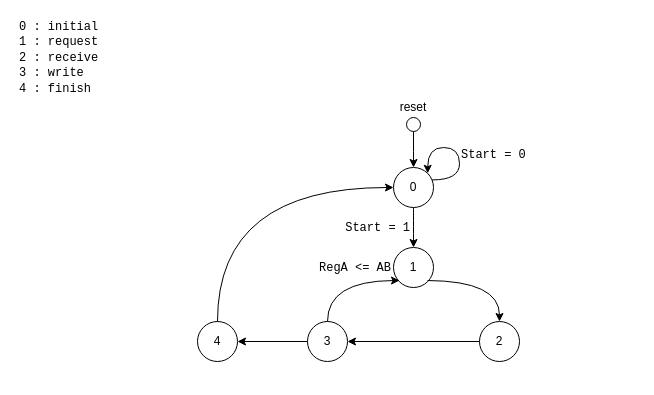
Earlier version of the draw.io diagram assignment_2/Diagrams.drawio (Thommimp/02203_Design_of_Digital_Systems). Source tidied: cells renumbered, new cells numbered last; positions are measured from the earlier drawing's top-left corner, leaving out a move shared by most shapes. Both pictures are drawn from the tidied source at 100%, with x=0, y=0 at pixel (17, 17).
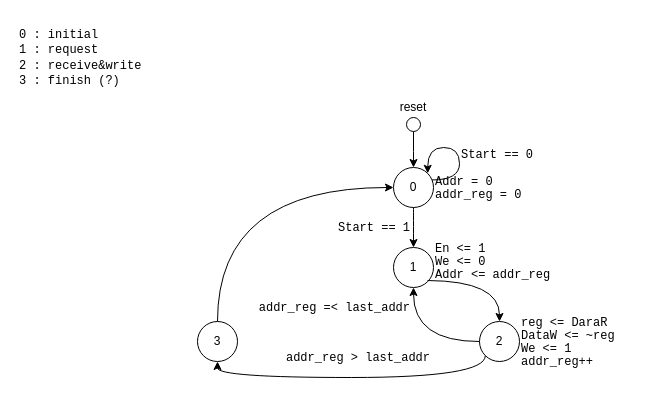
Above is the later version.

Unchanged cells that the change refers to:
```xml
<mxCell id="6" value="1" style="strokeWidth=1;html=1;shape=mxgraph.flowchart.start_2;whiteSpace=wrap;" parent="1" vertex="1">
  <mxGeometry x="376" y="230" width="40" height="40" as="geometry" />
</mxCell>
<mxCell id="15" value="2" style="strokeWidth=1;html=1;shape=mxgraph.flowchart.start_2;whiteSpace=wrap;" parent="1" vertex="1">
  <mxGeometry x="462" y="304" width="40" height="40" as="geometry" />
</mxCell>
```

Change to the diagram source:
```diff
@@
-    <mxCell id="2" value="&lt;font face=&quot;Courier New&quot;&gt;Start = 1&lt;/font&gt;" style="text;html=1;whiteSpace=wrap;strokeColor=none;fillColor=none;align=right;verticalAlign=middle;rounded=0;" parent="1" vertex="1">
-      <mxGeometry x="327" y="190" width="68" height="40" as="geometry" />
+    <mxCell id="2" value="&lt;font face=&quot;Courier New&quot;&gt;Start == 1&lt;/font&gt;" style="text;html=1;whiteSpace=wrap;strokeColor=none;fillColor=none;align=right;verticalAlign=middle;rounded=0;" parent="1" vertex="1">
+      <mxGeometry x="320" y="190" width="75" height="40" as="geometry" />
     </mxCell>
@@
-    <mxCell id="5" value="&lt;font face=&quot;Courier New&quot;&gt;Start = 0&lt;/font&gt;" style="text;html=1;whiteSpace=wrap;strokeColor=none;fillColor=none;align=left;verticalAlign=middle;rounded=0;" parent="1" vertex="1">
-      <mxGeometry x="442" y="130" width="68" height="14" as="geometry" />
+    <mxCell id="5" value="&lt;font face=&quot;Courier New&quot;&gt;Start == 0&lt;/font&gt;" style="text;html=1;whiteSpace=wrap;strokeColor=none;fillColor=none;align=left;verticalAlign=middle;rounded=0;" parent="1" vertex="1">
+      <mxGeometry x="442" y="130" width="75" height="14" as="geometry" />
     </mxCell>
@@
-    <mxCell id="11" value="&lt;span style=&quot;font-family: &amp;quot;Courier New&amp;quot;;&quot;&gt;RegA &amp;lt;= AB&lt;/span&gt;" style="text;html=1;whiteSpace=wrap;strokeColor=none;fillColor=none;align=right;verticalAlign=middle;rounded=0;" parent="1" vertex="1">
-      <mxGeometry x="290" y="243" width="86" height="14" as="geometry" />
+    <mxCell id="11" value="&lt;div style=&quot;line-height: 100%;&quot;&gt;&lt;span style=&quot;font-family: &amp;quot;Courier New&amp;quot;; background-color: transparent; color: light-dark(rgb(0, 0, 0), rgb(255, 255, 255));&quot;&gt;En &amp;lt;= 1&lt;/span&gt;&lt;/div&gt;&lt;div style=&quot;line-height: 100%;&quot;&gt;&lt;div&gt;&lt;font face=&quot;Courier New&quot;&gt;We &amp;lt;= 0&lt;/font&gt;&lt;/div&gt;&lt;div&gt;&lt;font face=&quot;Courier New&quot;&gt;Addr &amp;lt;= addr_reg&lt;/font&gt;&lt;/div&gt;&lt;/div&gt;" style="text;html=1;whiteSpace=wrap;strokeColor=none;fillColor=none;align=left;verticalAlign=middle;rounded=0;" parent="1" vertex="1">
+      <mxGeometry x="416" y="230" width="124" height="28" as="geometry" />
     </mxCell>
-    <mxCell id="12" value="&lt;span style=&quot;font-family: &amp;quot;Courier New&amp;quot;;&quot;&gt;0 : initial&lt;/span&gt;&lt;div&gt;&lt;span style=&quot;font-family: &amp;quot;Courier New&amp;quot;;&quot;&gt;1 : request&lt;/span&gt;&lt;/div&gt;&lt;div&gt;&lt;span style=&quot;font-family: &amp;quot;Courier New&amp;quot;;&quot;&gt;2 : receive&lt;/span&gt;&lt;/div&gt;&lt;div&gt;&lt;span style=&quot;font-family: &amp;quot;Courier New&amp;quot;;&quot;&gt;3 : write&lt;/span&gt;&lt;/div&gt;&lt;div&gt;&lt;span style=&quot;font-family: &amp;quot;Courier New&amp;quot;;&quot;&gt;4 : finish&lt;/span&gt;&lt;/div&gt;" style="text;html=1;whiteSpace=wrap;strokeColor=none;fillColor=none;align=left;verticalAlign=middle;rounded=0;" parent="1" vertex="1">
-      <mxGeometry width="86" height="80" as="geometry" />
+    <mxCell id="12" value="&lt;span style=&quot;font-family: &amp;quot;Courier New&amp;quot;;&quot;&gt;0 : initial&lt;/span&gt;&lt;div&gt;&lt;span style=&quot;font-family: &amp;quot;Courier New&amp;quot;;&quot;&gt;1 : request&lt;/span&gt;&lt;/div&gt;&lt;div&gt;&lt;span style=&quot;font-family: &amp;quot;Courier New&amp;quot;;&quot;&gt;2 : receive&amp;amp;write&lt;/span&gt;&lt;/div&gt;&lt;div&gt;&lt;span style=&quot;font-family: &amp;quot;Courier New&amp;quot;;&quot;&gt;3 : finish (?)&lt;/span&gt;&lt;/div&gt;" style="text;html=1;whiteSpace=wrap;strokeColor=none;fillColor=none;align=left;verticalAlign=middle;rounded=0;" parent="1" vertex="1">
+      <mxGeometry width="155" height="80" as="geometry" />
     </mxCell>
@@
-    <mxCell id="14" value="3" style="strokeWidth=1;html=1;shape=mxgraph.flowchart.start_2;whiteSpace=wrap;" parent="1" vertex="1">
-      <mxGeometry x="290" y="304" width="40" height="40" as="geometry" />
-    </mxCell>
@@
-    <mxCell id="16" style="edgeStyle=orthogonalEdgeStyle;rounded=0;jettySize=auto;html=1;exitX=0.145;exitY=0.855;exitDx=0;exitDy=0;exitPerimeter=0;entryX=0.5;entryY=0;entryDx=0;entryDy=0;entryPerimeter=0;curved=1;startArrow=classic;startFill=1;endArrow=none;endFill=0;" parent="1" edge="1" target="14">
-      <mxGeometry relative="1" as="geometry">
-        <mxPoint x="382" y="263" as="sourcePoint" />
-      </mxGeometry>
-    </mxCell>
-    <mxCell id="17" style="edgeStyle=orthogonalEdgeStyle;rounded=0;jettySize=auto;html=1;entryX=1;entryY=0.5;entryDx=0;entryDy=0;entryPerimeter=0;" parent="1" edge="1" source="15" target="14">
+    <mxCell id="17" style="edgeStyle=orthogonalEdgeStyle;rounded=0;jettySize=auto;html=1;entryX=0.5;entryY=1;entryDx=0;entryDy=0;entryPerimeter=0;curved=1;" parent="1" edge="1" source="15" target="6">
       <mxGeometry relative="1" as="geometry" />
     </mxCell>
-    <mxCell id="18" value="4" style="strokeWidth=1;html=1;shape=mxgraph.flowchart.start_2;whiteSpace=wrap;" parent="1" vertex="1">
+    <mxCell id="18" value="3" style="strokeWidth=1;html=1;shape=mxgraph.flowchart.start_2;whiteSpace=wrap;" parent="1" vertex="1">
       <mxGeometry x="180" y="304" width="40" height="40" as="geometry" />
     </mxCell>
-    <mxCell id="19" style="edgeStyle=orthogonalEdgeStyle;rounded=0;jettySize=auto;html=1;entryX=1;entryY=0.5;entryDx=0;entryDy=0;entryPerimeter=0;" parent="1" edge="1" source="14" target="18">
-      <mxGeometry relative="1" as="geometry" />
-    </mxCell>
@@
+    <mxCell id="21" value="&lt;div style=&quot;line-height: 100%;&quot;&gt;&lt;font face=&quot;Courier New&quot;&gt;reg &amp;lt;= DaraR&lt;/font&gt;&lt;/div&gt;&lt;div style=&quot;line-height: 100%;&quot;&gt;&lt;font face=&quot;Courier New&quot;&gt;DataW &amp;lt;= ~reg&lt;/font&gt;&lt;/div&gt;&lt;div style=&quot;line-height: 100%;&quot;&gt;&lt;font face=&quot;Courier New&quot;&gt;We &amp;lt;= 1&lt;/font&gt;&lt;/div&gt;&lt;div style=&quot;line-height: 100%;&quot;&gt;&lt;font face=&quot;Courier New&quot;&gt;addr_reg++&lt;/font&gt;&lt;/div&gt;" style="text;html=1;whiteSpace=wrap;strokeColor=none;fillColor=none;align=left;verticalAlign=middle;rounded=0;" parent="1" vertex="1">
+      <mxGeometry x="502" y="299" width="118" height="50" as="geometry" />
+    </mxCell>
+    <mxCell id="22" value="&lt;div style=&quot;line-height: 100%;&quot;&gt;&lt;font face=&quot;Courier New&quot;&gt;Addr = 0&lt;/font&gt;&lt;div&gt;&lt;font face=&quot;Courier New&quot;&gt;addr_reg = 0&lt;/font&gt;&lt;/div&gt;&lt;/div&gt;" style="text;html=1;whiteSpace=wrap;strokeColor=none;fillColor=none;align=left;verticalAlign=middle;rounded=0;" parent="1" vertex="1">
+      <mxGeometry x="416" y="156" width="124" height="28" as="geometry" />
+    </mxCell>
+    <mxCell id="23" style="edgeStyle=orthogonalEdgeStyle;rounded=0;jettySize=auto;html=1;exitX=0.145;exitY=0.855;exitDx=0;exitDy=0;exitPerimeter=0;entryX=0.5;entryY=1;entryDx=0;entryDy=0;entryPerimeter=0;curved=1;" parent="1" edge="1" source="15" target="18">
+      <mxGeometry relative="1" as="geometry">
+        <Array as="points">
+          <mxPoint x="467.8" y="360" />
+          <mxPoint x="200" y="360" />
+        </Array>
+      </mxGeometry>
+    </mxCell>
+    <mxCell id="24" value="&lt;font face=&quot;Courier New&quot;&gt;addr_reg =&amp;lt; last_addr&lt;/font&gt;" style="text;html=1;whiteSpace=wrap;strokeColor=none;fillColor=none;align=right;verticalAlign=middle;rounded=0;" parent="1" vertex="1">
+      <mxGeometry x="240" y="270" width="155" height="40" as="geometry" />
+    </mxCell>
+    <mxCell id="25" value="&lt;font face=&quot;Courier New&quot;&gt;addr_reg &amp;gt; last_addr&lt;/font&gt;" style="text;html=1;whiteSpace=wrap;strokeColor=none;fillColor=none;align=right;verticalAlign=middle;rounded=0;" parent="1" vertex="1">
+      <mxGeometry x="260" y="320" width="155" height="40" as="geometry" />
+    </mxCell>
```
